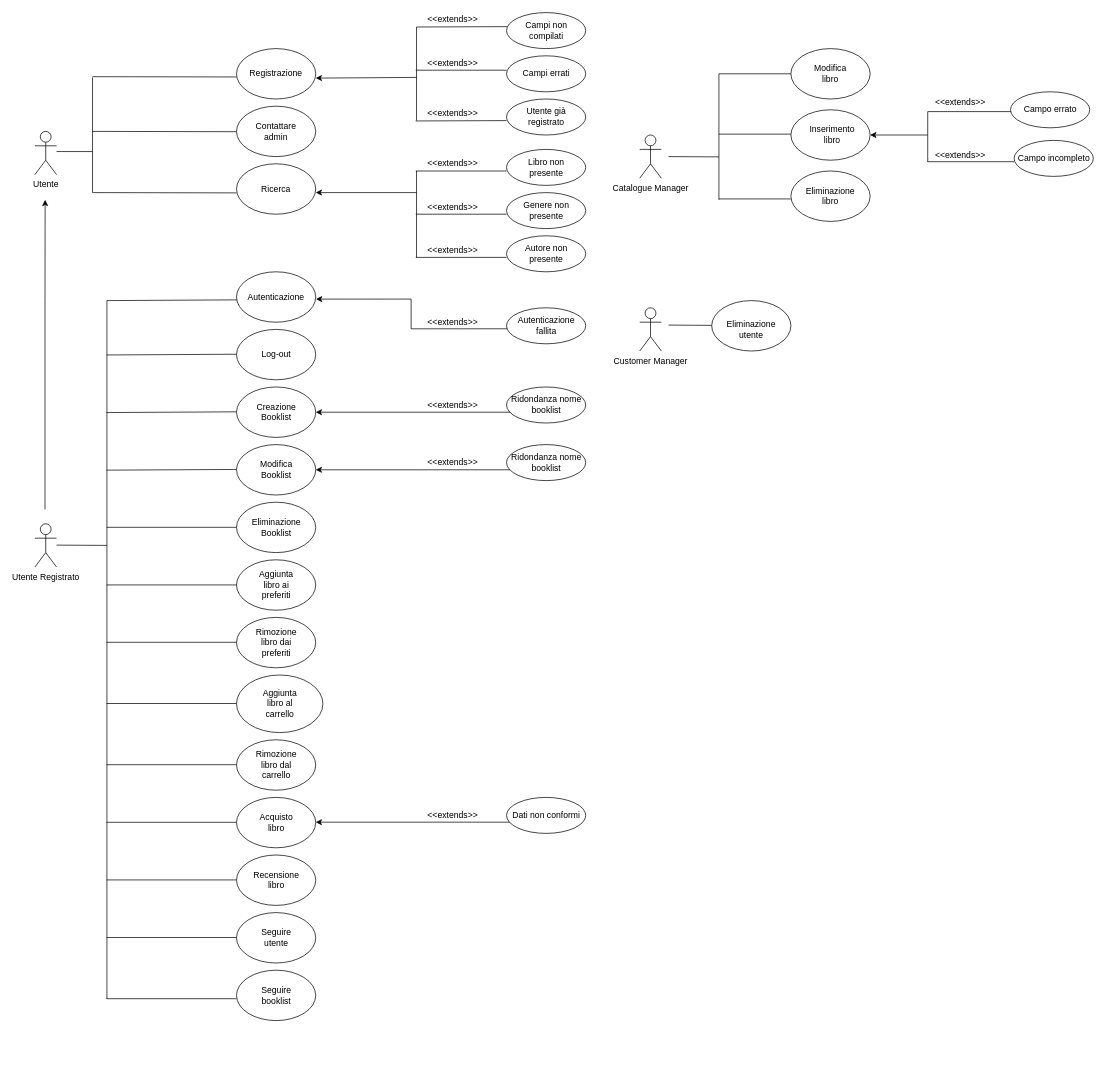
This is Documenti/RAD/modello_funzionale/use_case_diagram.drawio from AleBarbados/NewSocialBookRepo, a draw.io file, before an edit. Source tidied: cells renumbered, new cells numbered last; positions are measured from the earlier drawing's top-left corner, leaving out a move shared by most shapes. Both pictures are drawn from the tidied source at 72%, with x=0, y=0 at pixel (35, 12).
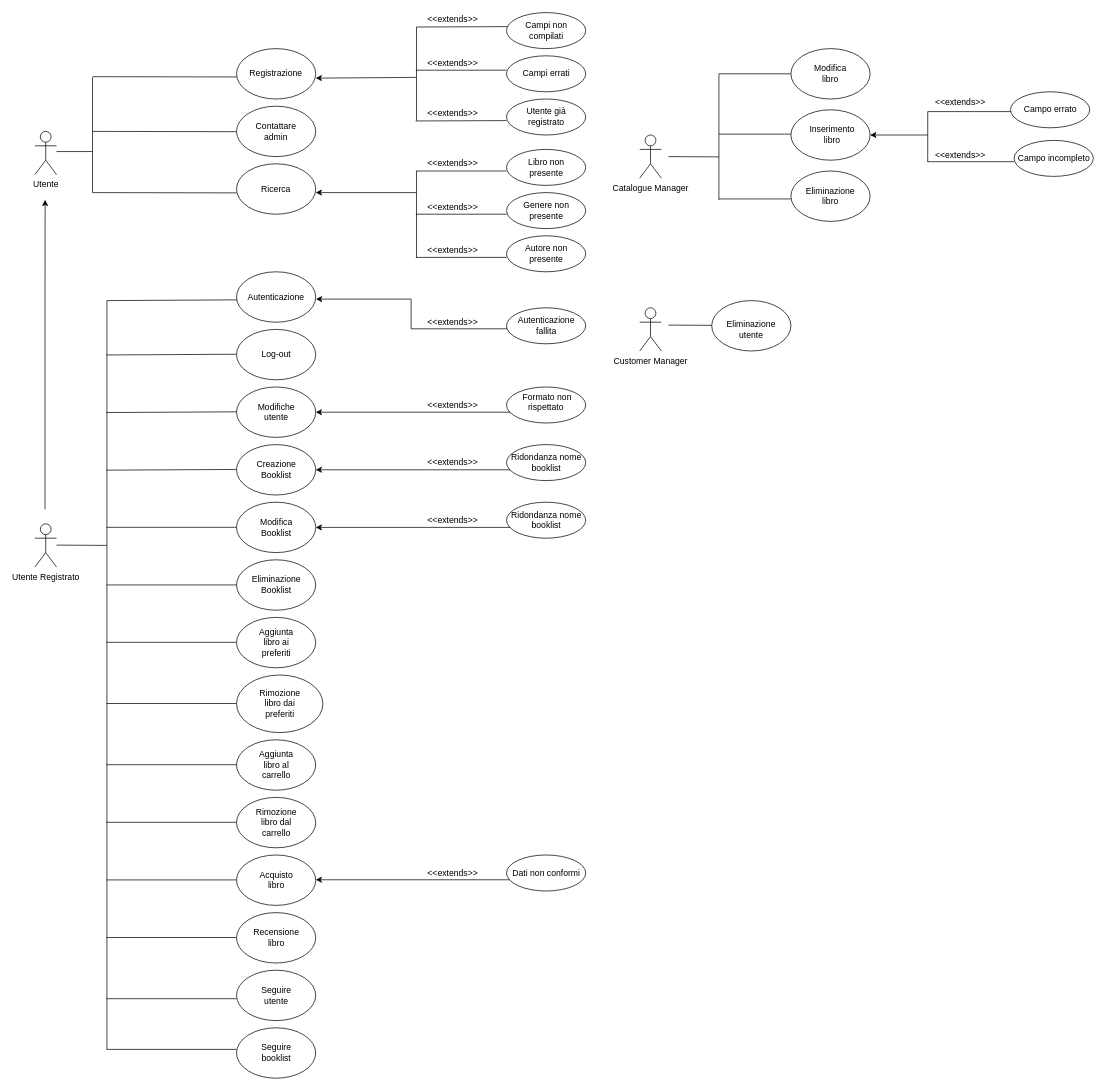
The same diagram, later.

The change refers to these unchanged cells:
```xml
<mxCell id="9" style="group;" parent="1" vertex="1">
  <mxGeometry x="525" y="510" width="290" height="70" as="geometry" />
</mxCell>
<mxCell id="53" style="ellipse;whiteSpace=wrap;html=1;" parent="1" vertex="1">
  <mxGeometry x="280" y="520" width="110" height="70" as="geometry" />
</mxCell>
<mxCell id="127" value="Ridondanza nome &lt;br&gt;booklist" style="text;html=1;align=center;verticalAlign=middle;points=[];" parent="125" vertex="1">
  <mxGeometry x="130" y="20" width="110" height="30" as="geometry" />
</mxCell>
```

The edit, as a diff of the source:
```diff
@@
     <mxCell id="10" style="ellipse;whiteSpace=wrap;html=1;verticalAlign=top;" parent="9" vertex="1">
-      <mxGeometry x="130" y="10" width="110" height="50" as="geometry" />
+      <mxGeometry x="130" y="90" width="110" height="50" as="geometry" />
     </mxCell>
     <mxCell id="11" value="Ridondanza nome &lt;br&gt;booklist" style="text;html=1;align=center;verticalAlign=middle;points=[];" parent="9" vertex="1">
-      <mxGeometry x="130" y="20" width="110" height="30" as="geometry" />
+      <mxGeometry x="130" y="100" width="110" height="30" as="geometry" />
     </mxCell>
     <mxCell id="12" value="&amp;lt;&amp;lt;extends&amp;gt;&amp;gt;" style="text;html=1;align=center;verticalAlign=middle;" parent="9" vertex="1">
-      <mxGeometry x="10" y="25" width="90" height="20" as="geometry" />
+      <mxGeometry x="10" y="105" width="90" height="20" as="geometry" />
     </mxCell>
+    <mxCell id="130" value="&amp;nbsp;Formato non rispettato" style="ellipse;whiteSpace=wrap;html=1;verticalAlign=top;" parent="9" vertex="1">
+      <mxGeometry x="130" y="10" width="110" height="50" as="geometry" />
+    </mxCell>
+    <mxCell id="131" value="&amp;lt;&amp;lt;extends&amp;gt;&amp;gt;" style="text;html=1;align=center;verticalAlign=middle;" parent="9" vertex="1">
+      <mxGeometry x="10" y="25" width="90" height="20" as="geometry" />
+    </mxCell>
@@
-    <mxCell id="54" value="Creazione Booklist" style="text;html=1;strokeColor=none;fillColor=none;align=center;verticalAlign=middle;whiteSpace=wrap;rounded=0;" parent="1" vertex="1">
+    <mxCell id="54" value="Modifiche utente" style="text;html=1;strokeColor=none;fillColor=none;align=center;verticalAlign=middle;whiteSpace=wrap;rounded=0;" parent="1" vertex="1">
       <mxGeometry x="302.5" y="545" width="65" height="20" as="geometry" />
     </mxCell>
@@
-    <mxCell id="56" value="Modifica Booklist" style="text;html=1;strokeColor=none;fillColor=none;align=center;verticalAlign=middle;whiteSpace=wrap;rounded=0;" parent="1" vertex="1">
+    <mxCell id="56" value="Creazione Booklist" style="text;html=1;strokeColor=none;fillColor=none;align=center;verticalAlign=middle;whiteSpace=wrap;rounded=0;" parent="1" vertex="1">
       <mxGeometry x="302.5" y="625" width="65" height="20" as="geometry" />
     </mxCell>
@@
-    <mxCell id="58" value="Eliminazione Booklist" style="text;html=1;strokeColor=none;fillColor=none;align=center;verticalAlign=middle;whiteSpace=wrap;rounded=0;" parent="1" vertex="1">
+    <mxCell id="58" value="Modifica Booklist" style="text;html=1;strokeColor=none;fillColor=none;align=center;verticalAlign=middle;whiteSpace=wrap;rounded=0;" parent="1" vertex="1">
       <mxGeometry x="302.5" y="705" width="65" height="20" as="geometry" />
     </mxCell>
@@
-    <mxCell id="63" style="endArrow=classic;html=1;entryX=1;entryY=0.5;entryDx=0;entryDy=0;exitX=0.045;exitY=0.833;exitDx=0;exitDy=0;exitPerimeter=0;" parent="1" edge="1" source="11" target="53">
-      <mxGeometry relative="1" as="geometry" />
+    <mxCell id="63" style="endArrow=classic;html=1;entryX=1;entryY=0.5;entryDx=0;entryDy=0;exitX=0.045;exitY=0.833;exitDx=0;exitDy=0;exitPerimeter=0;" parent="1" edge="1" source="11">
+      <mxGeometry relative="1" as="geometry">
+        <mxPoint x="390" y="635" as="targetPoint" />
+      </mxGeometry>
     </mxCell>
-    <mxCell id="64" value="Aggiunta libro ai preferiti" style="text;html=1;strokeColor=none;fillColor=none;align=center;verticalAlign=middle;whiteSpace=wrap;rounded=0;" parent="1" vertex="1">
+    <mxCell id="64" value="Eliminazione Booklist" style="text;html=1;strokeColor=none;fillColor=none;align=center;verticalAlign=middle;whiteSpace=wrap;rounded=0;" parent="1" vertex="1">
       <mxGeometry x="302.5" y="785" width="65" height="20" as="geometry" />
     </mxCell>
-    <mxCell id="65" value="Rimozione libro dai preferiti" style="text;html=1;strokeColor=none;fillColor=none;align=center;verticalAlign=middle;whiteSpace=wrap;rounded=0;" parent="1" vertex="1">
+    <mxCell id="65" value="Aggiunta libro ai preferiti" style="text;html=1;strokeColor=none;fillColor=none;align=center;verticalAlign=middle;whiteSpace=wrap;rounded=0;" parent="1" vertex="1">
       <mxGeometry x="302.5" y="865" width="65" height="20" as="geometry" />
     </mxCell>
-    <mxCell id="66" value="Aggiunta libro al carrello" style="text;html=1;strokeColor=none;fillColor=none;align=center;verticalAlign=middle;whiteSpace=wrap;rounded=0;" parent="1" vertex="1">
+    <mxCell id="66" value="Rimozione libro dai preferiti" style="text;html=1;strokeColor=none;fillColor=none;align=center;verticalAlign=middle;whiteSpace=wrap;rounded=0;" parent="1" vertex="1">
       <mxGeometry x="307.5" y="950" width="65" height="20" as="geometry" />
     </mxCell>
-    <mxCell id="67" value="Rimozione libro dal carrello" style="text;html=1;strokeColor=none;fillColor=none;align=center;verticalAlign=middle;whiteSpace=wrap;rounded=0;" parent="1" vertex="1">
+    <mxCell id="67" value="Aggiunta libro al carrello" style="text;html=1;strokeColor=none;fillColor=none;align=center;verticalAlign=middle;whiteSpace=wrap;rounded=0;" parent="1" vertex="1">
       <mxGeometry x="302.5" y="1035" width="65" height="20" as="geometry" />
     </mxCell>
@@
-    <mxCell id="69" value="Acquisto libro" style="text;html=1;strokeColor=none;fillColor=none;align=center;verticalAlign=middle;whiteSpace=wrap;rounded=0;" parent="1" vertex="1">
+    <mxCell id="69" value="Rimozione libro dal carrello" style="text;html=1;strokeColor=none;fillColor=none;align=center;verticalAlign=middle;whiteSpace=wrap;rounded=0;" parent="1" vertex="1">
       <mxGeometry x="302.5" y="1115" width="65" height="20" as="geometry" />
     </mxCell>
@@
-    <mxCell id="71" style="endArrow=classic;html=1;entryX=1;entryY=0.5;entryDx=0;entryDy=0;exitX=0.045;exitY=0.833;exitDx=0;exitDy=0;exitPerimeter=0;" parent="1" edge="1">
-      <mxGeometry relative="1" as="geometry">
-        <mxPoint x="659.9" y="1124.4" as="sourcePoint" />
-        <mxPoint x="390" y="1124.4" as="targetPoint" />
-      </mxGeometry>
-    </mxCell>
-    <mxCell id="72" style="group;" parent="1" vertex="1">
-      <mxGeometry x="525" y="1080" width="290" height="70" as="geometry" />
-    </mxCell>
-    <mxCell id="73" style="ellipse;whiteSpace=wrap;html=1;verticalAlign=top;" parent="72" vertex="1">
-      <mxGeometry x="130" y="10" width="110" height="50" as="geometry" />
-    </mxCell>
-    <mxCell id="74" value="Dati non conformi" style="text;html=1;align=center;verticalAlign=middle;" parent="72" vertex="1">
-      <mxGeometry x="130" y="25" width="110" height="20" as="geometry" />
-    </mxCell>
-    <mxCell id="75" value="&amp;lt;&amp;lt;extends&amp;gt;&amp;gt;" style="text;html=1;align=center;verticalAlign=middle;" parent="72" vertex="1">
-      <mxGeometry x="10" y="25" width="90" height="20" as="geometry" />
-    </mxCell>
@@
-    <mxCell id="78" value="Recensione libro" style="text;html=1;strokeColor=none;fillColor=none;align=center;verticalAlign=middle;whiteSpace=wrap;rounded=0;" parent="1" vertex="1">
+    <mxCell id="78" value="Acquisto libro" style="text;html=1;strokeColor=none;fillColor=none;align=center;verticalAlign=middle;whiteSpace=wrap;rounded=0;" parent="1" vertex="1">
       <mxGeometry x="302.5" y="1195" width="65" height="20" as="geometry" />
     </mxCell>
-    <mxCell id="79" value="Seguire utente" style="text;html=1;strokeColor=none;fillColor=none;align=center;verticalAlign=middle;whiteSpace=wrap;rounded=0;" parent="1" vertex="1">
+    <mxCell id="79" value="Recensione libro" style="text;html=1;strokeColor=none;fillColor=none;align=center;verticalAlign=middle;whiteSpace=wrap;rounded=0;" parent="1" vertex="1">
       <mxGeometry x="302.5" y="1275" width="65" height="20" as="geometry" />
     </mxCell>
@@
-    <mxCell id="93" value="Seguire booklist" style="text;html=1;strokeColor=none;fillColor=none;align=center;verticalAlign=middle;whiteSpace=wrap;rounded=0;" parent="1" vertex="1">
+    <mxCell id="93" value="Seguire utente" style="text;html=1;strokeColor=none;fillColor=none;align=center;verticalAlign=middle;whiteSpace=wrap;rounded=0;" parent="1" vertex="1">
       <mxGeometry x="302.5" y="1355" width="65" height="20" as="geometry" />
     </mxCell>
@@
     <mxCell id="125" style="group;" parent="1" vertex="1">
-      <mxGeometry x="525" y="590" width="290" height="70" as="geometry" />
+      <mxGeometry x="525" y="670" width="290" height="70" as="geometry" />
     </mxCell>
@@
     <mxCell id="129" style="endArrow=classic;html=1;entryX=1;entryY=0.5;entryDx=0;entryDy=0;exitX=0.045;exitY=0.833;exitDx=0;exitDy=0;exitPerimeter=0;" parent="1" edge="1" source="127">
       <mxGeometry relative="1" as="geometry">
-        <mxPoint x="390" y="635" as="targetPoint" />
+        <mxPoint x="390" y="715" as="targetPoint" />
       </mxGeometry>
     </mxCell>
+    <mxCell id="132" style="endArrow=none;html=1;" parent="1" edge="1">
+      <mxGeometry relative="1" as="geometry">
+        <mxPoint x="100" y="1370" as="sourcePoint" />
+        <mxPoint x="100" y="1440" as="targetPoint" />
+      </mxGeometry>
+    </mxCell>
+    <mxCell id="133" style="endArrow=none;html=1;entryX=0.001;entryY=0.567;entryDx=0;entryDy=0;entryPerimeter=0;" parent="1" edge="1">
+      <mxGeometry relative="1" as="geometry">
+        <mxPoint x="99.5" y="1440" as="sourcePoint" />
+        <mxPoint x="280" y="1440" as="targetPoint" />
+      </mxGeometry>
+    </mxCell>
+    <mxCell id="134" style="ellipse;whiteSpace=wrap;html=1;" parent="1" vertex="1">
+      <mxGeometry x="280" y="1410" width="110" height="70" as="geometry" />
+    </mxCell>
+    <mxCell id="135" value="Seguire booklist" style="text;html=1;strokeColor=none;fillColor=none;align=center;verticalAlign=middle;whiteSpace=wrap;rounded=0;" parent="1" vertex="1">
+      <mxGeometry x="302.5" y="1435" width="65" height="20" as="geometry" />
+    </mxCell>
+    <mxCell id="71" style="endArrow=classic;html=1;entryX=1;entryY=0.5;entryDx=0;entryDy=0;exitX=0.045;exitY=0.833;exitDx=0;exitDy=0;exitPerimeter=0;" parent="1" edge="1">
+      <mxGeometry relative="1" as="geometry">
+        <mxPoint x="659.9" y="1204.4" as="sourcePoint" />
+        <mxPoint x="390" y="1204.4" as="targetPoint" />
+      </mxGeometry>
+    </mxCell>
+    <mxCell id="73" style="ellipse;whiteSpace=wrap;html=1;verticalAlign=top;" parent="1" vertex="1">
+      <mxGeometry x="655" y="1170" width="110" height="50" as="geometry" />
+    </mxCell>
+    <mxCell id="74" value="Dati non conformi" style="text;html=1;align=center;verticalAlign=middle;" parent="1" vertex="1">
+      <mxGeometry x="655" y="1185" width="110" height="20" as="geometry" />
+    </mxCell>
+    <mxCell id="75" value="&amp;lt;&amp;lt;extends&amp;gt;&amp;gt;" style="text;html=1;align=center;verticalAlign=middle;" parent="1" vertex="1">
+      <mxGeometry x="535" y="1185" width="90" height="20" as="geometry" />
+    </mxCell>
+    <mxCell id="136" style="endArrow=classic;html=1;entryX=1;entryY=0.5;entryDx=0;entryDy=0;exitX=0.045;exitY=0.833;exitDx=0;exitDy=0;exitPerimeter=0;" parent="1" edge="1">
+      <mxGeometry relative="1" as="geometry">
+        <mxPoint x="660" y="555" as="sourcePoint" />
+        <mxPoint x="390" y="555" as="targetPoint" />
+      </mxGeometry>
+    </mxCell>
```
